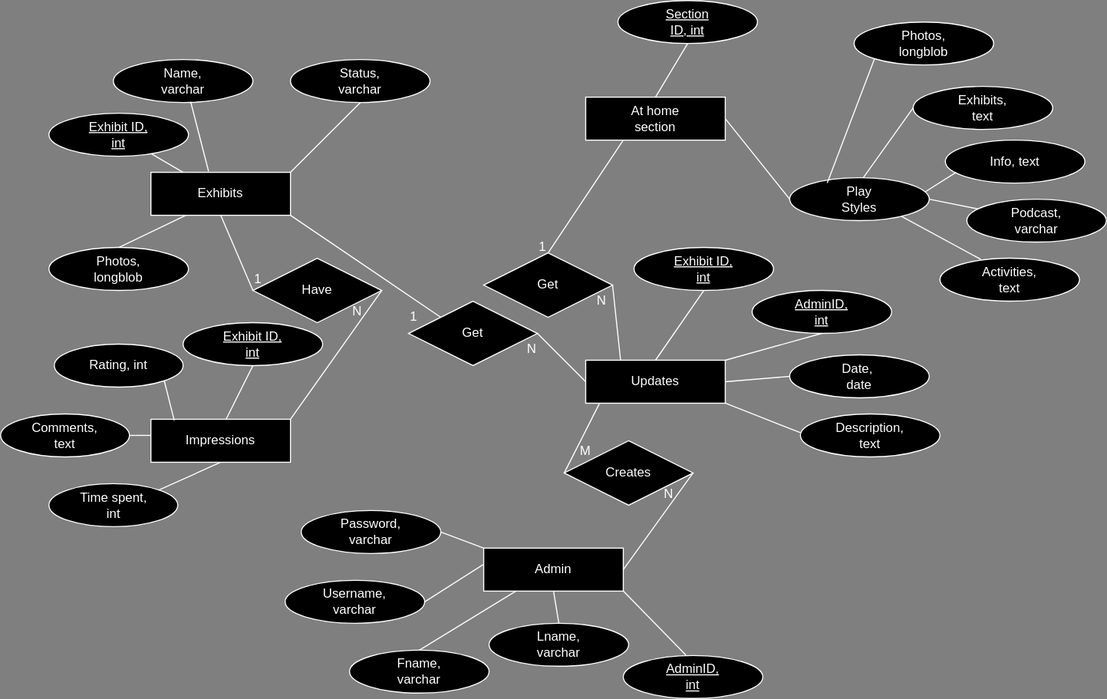
Before: documentation/databaseERdiagram.svg, a diagram exported from draw.io (shrncr/GCM). Source tidied: cells renumbered, new cells last; positions are measured from the earlier drawing's top-left corner, leaving out a move shared by most shapes.
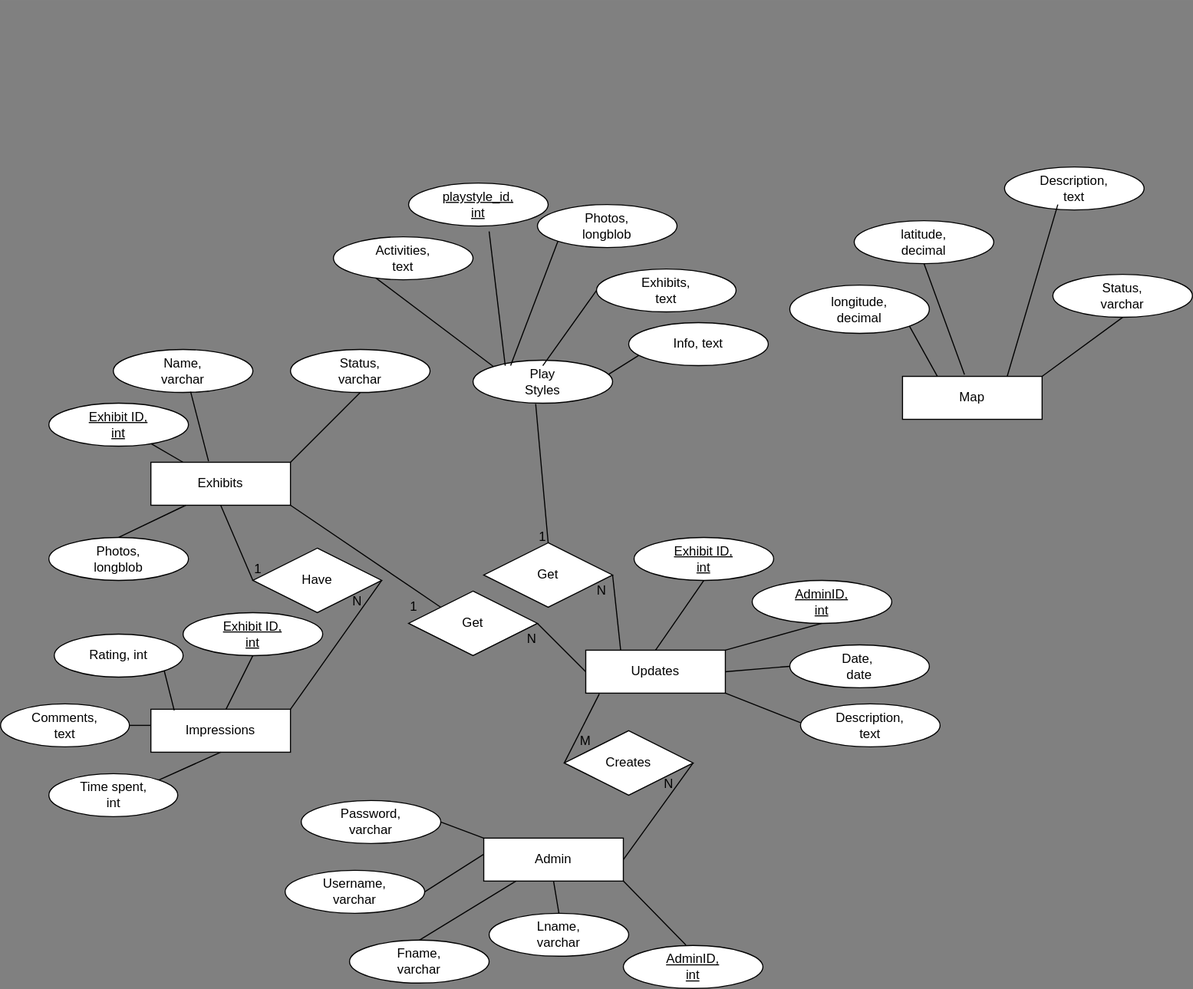
The same diagram one commit later.

What changed in the source:
```diff
@@ -8,39 +8,6 @@
     <mxCell id="3" value="Exhibits" style="text;strokeColor=none;align=center;fillColor=none;html=1;verticalAlign=middle;whiteSpace=wrap;rounded=0;" parent="1" vertex="1">
       <mxGeometry x="175" y="165" width="60" height="30" as="geometry" />
     </mxCell>
-    <mxCell id="4" style="rounded=0;whiteSpace=wrap;html=1;" parent="1" vertex="1">
-      <mxGeometry x="545" y="90" width="130" height="40" as="geometry" />
-    </mxCell>
-    <mxCell id="5" value="At home section" style="text;strokeColor=none;align=center;fillColor=none;html=1;verticalAlign=middle;whiteSpace=wrap;rounded=0;" parent="1" vertex="1">
-      <mxGeometry x="580" y="95" width="60" height="30" as="geometry" />
-    </mxCell>
-    <mxCell id="6" style="endArrow=none;html=1;rounded=0;exitX=1;exitY=0.5;exitDx=0;exitDy=0;" parent="1" edge="1" source="84" target="7">
-      <mxGeometry relative="1" as="geometry" />
-    </mxCell>
-    <mxCell id="7" style="ellipse;whiteSpace=wrap;html=1;" parent="1" vertex="1">
-      <mxGeometry x="900" y="185" width="130" height="40" as="geometry" />
-    </mxCell>
-    <mxCell id="8" value="Podcast, varchar" style="text;strokeColor=none;align=center;fillColor=none;html=1;verticalAlign=middle;whiteSpace=wrap;rounded=0;" parent="1" vertex="1">
-      <mxGeometry x="935" y="190" width="60" height="30" as="geometry" />
-    </mxCell>
-    <mxCell id="9" style="ellipse;whiteSpace=wrap;html=1;" parent="1" vertex="1">
-      <mxGeometry x="875" y="240" width="130" height="40" as="geometry" />
-    </mxCell>
-    <mxCell id="10" style="endArrow=none;html=1;rounded=0;exitX=0.8;exitY=0.9;exitDx=0;exitDy=0;exitPerimeter=0;entryX=0.292;entryY=0.025;entryDx=0;entryDy=0;entryPerimeter=0;" parent="1" edge="1" source="84" target="9">
-      <mxGeometry relative="1" as="geometry" />
-    </mxCell>
-    <mxCell id="11" value="Activities, text" style="text;strokeColor=none;align=center;fillColor=none;html=1;verticalAlign=middle;whiteSpace=wrap;rounded=0;" parent="1" vertex="1">
-      <mxGeometry x="910" y="245" width="60" height="30" as="geometry" />
-    </mxCell>
-    <mxCell id="12" style="ellipse;whiteSpace=wrap;html=1;" parent="1" vertex="1">
-      <mxGeometry x="850" y="80" width="130" height="40" as="geometry" />
-    </mxCell>
-    <mxCell id="13" style="endArrow=none;html=1;rounded=0;exitX=0.5;exitY=0;exitDx=0;exitDy=0;entryX=0;entryY=0.5;entryDx=0;entryDy=0;" parent="1" edge="1" source="85" target="12">
-      <mxGeometry relative="1" as="geometry" />
-    </mxCell>
-    <mxCell id="14" value="Exhibits, text" style="text;strokeColor=none;align=center;fillColor=none;html=1;verticalAlign=middle;whiteSpace=wrap;rounded=0;" parent="1" vertex="1">
-      <mxGeometry x="885" y="85" width="60" height="30" as="geometry" />
-    </mxCell>
     <mxCell id="15" style="ellipse;whiteSpace=wrap;html=1;" parent="1" vertex="1">
       <mxGeometry x="45" y="105" width="130" height="40" as="geometry" />
     </mxCell>
@@ -266,34 +233,12 @@
         <mxPoint x="745" y="402.5" as="targetPoint" />
       </mxGeometry>
     </mxCell>
-    <mxCell id="82" style="endArrow=none;html=1;rounded=0;exitX=0.5;exitY=0;exitDx=0;exitDy=0;entryX=0;entryY=1;entryDx=0;entryDy=0;" parent="1" edge="1" source="75">
-      <mxGeometry relative="1" as="geometry">
-        <mxPoint x="580" y="130" as="targetPoint" />
-      </mxGeometry>
+    <mxCell id="82" style="endArrow=none;html=1;rounded=0;exitX=0.5;exitY=0;exitDx=0;exitDy=0;entryX=0.449;entryY=1.017;entryDx=0;entryDy=0;entryPerimeter=0;" parent="1" edge="1" source="75" target="84">
+      <mxGeometry relative="1" as="geometry" />
     </mxCell>
     <mxCell id="83" value="1" style="text;strokeColor=none;align=center;fillColor=none;html=1;verticalAlign=middle;whiteSpace=wrap;rounded=0;" parent="1" vertex="1">
       <mxGeometry x="490" y="220" width="30" height="20" as="geometry" />
     </mxCell>
-    <mxCell id="84" style="ellipse;whiteSpace=wrap;html=1;" parent="1" vertex="1">
-      <mxGeometry x="735" y="165" width="130" height="40" as="geometry" />
-    </mxCell>
-    <mxCell id="85" value="Play Styles" style="text;strokeColor=none;align=center;fillColor=none;html=1;verticalAlign=middle;whiteSpace=wrap;rounded=0;" parent="1" vertex="1">
-      <mxGeometry x="770" y="170" width="60" height="30" as="geometry" />
-    </mxCell>
-    <mxCell id="86" style="endArrow=none;html=1;rounded=0;exitX=1;exitY=0.5;exitDx=0;exitDy=0;entryX=0;entryY=0.5;entryDx=0;entryDy=0;" parent="1" edge="1" source="4" target="84">
-      <mxGeometry relative="1" as="geometry" />
-    </mxCell>
-    <mxCell id="87" style="ellipse;whiteSpace=wrap;html=1;" parent="1" vertex="1">
-      <mxGeometry x="880" y="130" width="130" height="40" as="geometry" />
-    </mxCell>
-    <mxCell id="88" value="Info, text" style="text;strokeColor=none;align=center;fillColor=none;html=1;verticalAlign=middle;whiteSpace=wrap;rounded=0;" parent="1" vertex="1">
-      <mxGeometry x="915" y="135" width="60" height="30" as="geometry" />
-    </mxCell>
-    <mxCell id="89" style="endArrow=none;html=1;rounded=0;exitX=0.969;exitY=0.333;exitDx=0;exitDy=0;exitPerimeter=0;" parent="1" edge="1" source="84">
-      <mxGeometry relative="1" as="geometry">
-        <mxPoint x="890" y="160" as="targetPoint" />
-      </mxGeometry>
-    </mxCell>
     <mxCell id="90" style="ellipse;whiteSpace=wrap;html=1;" parent="1" vertex="1">
       <mxGeometry x="45" y="230" width="130" height="40" as="geometry" />
     </mxCell>
@@ -334,23 +279,109 @@
     <mxCell id="101" value="N" style="text;strokeColor=none;align=center;fillColor=none;html=1;verticalAlign=middle;whiteSpace=wrap;rounded=0;" parent="1" vertex="1">
       <mxGeometry x="480" y="315" width="30" height="20" as="geometry" />
     </mxCell>
+    <mxCell id="84" style="ellipse;whiteSpace=wrap;html=1;" parent="1" vertex="1">
+      <mxGeometry x="440" y="65" width="130" height="40" as="geometry" />
+    </mxCell>
+    <mxCell id="12" style="ellipse;whiteSpace=wrap;html=1;" parent="1" vertex="1">
+      <mxGeometry x="555" y="-20" width="130" height="40" as="geometry" />
+    </mxCell>
+    <mxCell id="13" style="endArrow=none;html=1;rounded=0;exitX=0.5;exitY=0;exitDx=0;exitDy=0;entryX=0;entryY=0.5;entryDx=0;entryDy=0;" parent="1" edge="1" source="85" target="12">
+      <mxGeometry relative="1" as="geometry" />
+    </mxCell>
+    <mxCell id="14" value="Exhibits, text" style="text;strokeColor=none;align=center;fillColor=none;html=1;verticalAlign=middle;whiteSpace=wrap;rounded=0;" parent="1" vertex="1">
+      <mxGeometry x="590" y="-15" width="60" height="30" as="geometry" />
+    </mxCell>
+    <mxCell id="85" value="Play Styles" style="text;strokeColor=none;align=center;fillColor=none;html=1;verticalAlign=middle;whiteSpace=wrap;rounded=0;" parent="1" vertex="1">
+      <mxGeometry x="475" y="70" width="60" height="30" as="geometry" />
+    </mxCell>
+    <mxCell id="89" style="endArrow=none;html=1;rounded=0;exitX=0.969;exitY=0.333;exitDx=0;exitDy=0;exitPerimeter=0;" parent="1" edge="1" source="84">
+      <mxGeometry relative="1" as="geometry">
+        <mxPoint x="595" y="60" as="targetPoint" />
+      </mxGeometry>
+    </mxCell>
     <mxCell id="102" style="endArrow=none;html=1;rounded=0;entryX=0;entryY=1;entryDx=0;entryDy=0;exitX=0;exitY=0;exitDx=0;exitDy=0;" parent="1" edge="1" source="85" target="103">
       <mxGeometry relative="1" as="geometry" />
     </mxCell>
     <mxCell id="103" style="ellipse;whiteSpace=wrap;html=1;" parent="1" vertex="1">
-      <mxGeometry x="795" y="20" width="130" height="40" as="geometry" />
+      <mxGeometry x="500" y="-80" width="130" height="40" as="geometry" />
     </mxCell>
     <mxCell id="104" value="Photos, longblob" style="text;strokeColor=none;align=center;fillColor=none;html=1;verticalAlign=middle;whiteSpace=wrap;rounded=0;" parent="1" vertex="1">
-      <mxGeometry x="830" y="25" width="60" height="30" as="geometry" />
+      <mxGeometry x="535" y="-75" width="60" height="30" as="geometry" />
     </mxCell>
-    <mxCell id="105" style="ellipse;whiteSpace=wrap;html=1;" parent="1" vertex="1">
-      <mxGeometry x="575" width="130" height="40" as="geometry" />
-    </mxCell>
-    <mxCell id="106" value="&lt;u&gt;Section ID, int&lt;/u&gt;" style="text;strokeColor=none;align=center;fillColor=none;html=1;verticalAlign=middle;whiteSpace=wrap;rounded=0;" parent="1" vertex="1">
-      <mxGeometry x="610" y="5" width="60" height="30" as="geometry" />
-    </mxCell>
-    <mxCell id="107" style="endArrow=none;html=1;rounded=0;exitX=0.5;exitY=0;exitDx=0;exitDy=0;entryX=0.5;entryY=1;entryDx=0;entryDy=0;" parent="1" edge="1" source="4" target="105">
-      <mxGeometry relative="1" as="geometry" />
-    </mxCell>
+    <mxCell id="10" style="endArrow=none;html=1;rounded=0;exitX=0;exitY=0;exitDx=0;exitDy=0;entryX=0;entryY=1;entryDx=0;entryDy=0;" parent="1" edge="1" source="84" target="11">
+      <mxGeometry relative="1" as="geometry" />
+    </mxCell>
+    <mxCell id="108" style="group;" parent="1" vertex="1">
+      <mxGeometry x="260" y="-270" width="455" height="340" as="geometry" />
+    </mxCell>
+    <mxCell id="109" style="group;" parent="108" vertex="1">
+      <mxGeometry width="260" height="260" as="geometry" />
+    </mxCell>
+    <mxCell id="9" style="ellipse;whiteSpace=wrap;html=1;" parent="109" vertex="1">
+      <mxGeometry x="50" y="220" width="130" height="40" as="geometry" />
+    </mxCell>
+    <mxCell id="11" value="Activities, text" style="text;strokeColor=none;align=center;fillColor=none;html=1;verticalAlign=middle;whiteSpace=wrap;rounded=0;" parent="109" vertex="1">
+      <mxGeometry x="85" y="225" width="60" height="30" as="geometry" />
+    </mxCell>
+    <mxCell id="110" style="ellipse;whiteSpace=wrap;html=1;" parent="109" vertex="1">
+      <mxGeometry x="120" y="170" width="130" height="40" as="geometry" />
+    </mxCell>
+    <mxCell id="111" style="endArrow=none;html=1;rounded=0;" parent="109" edge="1">
+      <mxGeometry relative="1" as="geometry">
+        <mxPoint x="210" y="340" as="sourcePoint" />
+        <mxPoint x="195" y="215" as="targetPoint" />
+      </mxGeometry>
+    </mxCell>
+    <mxCell id="112" value="&lt;u&gt;playstyle_id,&lt;br&gt;int&lt;/u&gt;" style="text;strokeColor=none;align=center;fillColor=none;html=1;verticalAlign=middle;whiteSpace=wrap;rounded=0;" parent="109" vertex="1">
+      <mxGeometry x="155" y="175" width="60" height="30" as="geometry" />
+    </mxCell>
+    <mxCell id="87" style="ellipse;whiteSpace=wrap;html=1;" parent="108" vertex="1">
+      <mxGeometry x="325" y="300" width="130" height="40" as="geometry" />
+    </mxCell>
+    <mxCell id="88" value="Info, text" style="text;strokeColor=none;align=center;fillColor=none;html=1;verticalAlign=middle;whiteSpace=wrap;rounded=0;" parent="108" vertex="1">
+      <mxGeometry x="360" y="305" width="60" height="30" as="geometry" />
+    </mxCell>
+    <mxCell id="113" style="rounded=0;whiteSpace=wrap;html=1;" parent="1" vertex="1">
+      <mxGeometry x="840" y="80" width="130" height="40" as="geometry" />
+    </mxCell>
+    <mxCell id="114" value="Map" style="text;strokeColor=none;align=center;fillColor=none;html=1;verticalAlign=middle;whiteSpace=wrap;rounded=0;" parent="1" vertex="1">
+      <mxGeometry x="875" y="85" width="60" height="30" as="geometry" />
+    </mxCell>
+    <mxCell id="115" style="ellipse;whiteSpace=wrap;html=1;" parent="1" vertex="1">
+      <mxGeometry x="980" y="-15" width="130" height="40" as="geometry" />
+    </mxCell>
+    <mxCell id="116" style="ellipse;whiteSpace=wrap;html=1;" parent="1" vertex="1">
+      <mxGeometry x="795" y="-65" width="130" height="40" as="geometry" />
+    </mxCell>
+    <mxCell id="117" style="ellipse;whiteSpace=wrap;html=1;" parent="1" vertex="1">
+      <mxGeometry x="735" y="-5" width="130" height="45" as="geometry" />
+    </mxCell>
+    <mxCell id="118" value="longitude,&lt;br&gt;decimal" style="text;strokeColor=none;align=center;fillColor=none;html=1;verticalAlign=middle;whiteSpace=wrap;rounded=0;" parent="1" vertex="1">
+      <mxGeometry x="770" y="2.5" width="60" height="30" as="geometry" />
+    </mxCell>
+    <mxCell id="119" value="latitude,&lt;br&gt;decimal" style="text;strokeColor=none;align=center;fillColor=none;html=1;verticalAlign=middle;whiteSpace=wrap;rounded=0;" parent="1" vertex="1">
+      <mxGeometry x="830" y="-60" width="60" height="30" as="geometry" />
+    </mxCell>
+    <mxCell id="120" value="Status, varchar" style="text;strokeColor=none;align=center;fillColor=none;html=1;verticalAlign=middle;whiteSpace=wrap;rounded=0;" parent="1" vertex="1">
+      <mxGeometry x="1015" y="-10" width="60" height="30" as="geometry" />
+    </mxCell>
+    <mxCell id="121" style="endArrow=none;html=1;rounded=0;exitX=0.444;exitY=-0.042;exitDx=0;exitDy=0;exitPerimeter=0;entryX=0.5;entryY=1;entryDx=0;entryDy=0;" parent="1" edge="1" source="113" target="116">
+      <mxGeometry relative="1" as="geometry" />
+    </mxCell>
+    <mxCell id="122" style="endArrow=none;html=1;rounded=0;exitX=1;exitY=1;exitDx=0;exitDy=0;entryX=0.25;entryY=0;entryDx=0;entryDy=0;" parent="1" edge="1" source="117" target="113">
+      <mxGeometry relative="1" as="geometry" />
+    </mxCell>
+    <mxCell id="123" style="ellipse;whiteSpace=wrap;html=1;" parent="1" vertex="1">
+      <mxGeometry x="935" y="-115" width="130" height="40" as="geometry" />
+    </mxCell>
+    <mxCell id="124" style="endArrow=none;html=1;rounded=0;exitX=0.75;exitY=0;exitDx=0;exitDy=0;entryX=0.244;entryY=1;entryDx=0;entryDy=0;entryPerimeter=0;" parent="1" edge="1" source="113" target="125">
+      <mxGeometry relative="1" as="geometry" />
+    </mxCell>
+    <mxCell id="125" value="Description, text" style="text;strokeColor=none;align=center;fillColor=none;html=1;verticalAlign=middle;whiteSpace=wrap;rounded=0;" parent="1" vertex="1">
+      <mxGeometry x="970" y="-110" width="60" height="30" as="geometry" />
+    </mxCell>
+    <mxCell id="126" style="endArrow=none;html=1;rounded=0;exitX=1;exitY=0;exitDx=0;exitDy=0;entryX=0.5;entryY=1;entryDx=0;entryDy=0;" parent="1" edge="1" source="113" target="115">
+      <mxGeometry relative="1" as="geometry" />
+    </mxCell>
   </root>
 </mxGraphModel>
```
